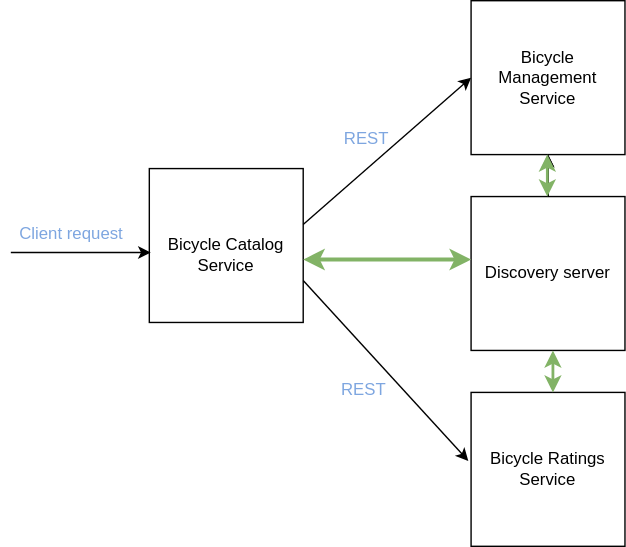
Before: microservices.svg, a diagram exported from draw.io (gordonpm/bicycle-catalog-service). Source tidied: cells renumbered, new cells last; positions are measured from the earlier drawing's top-left corner, leaving out a move shared by most shapes.
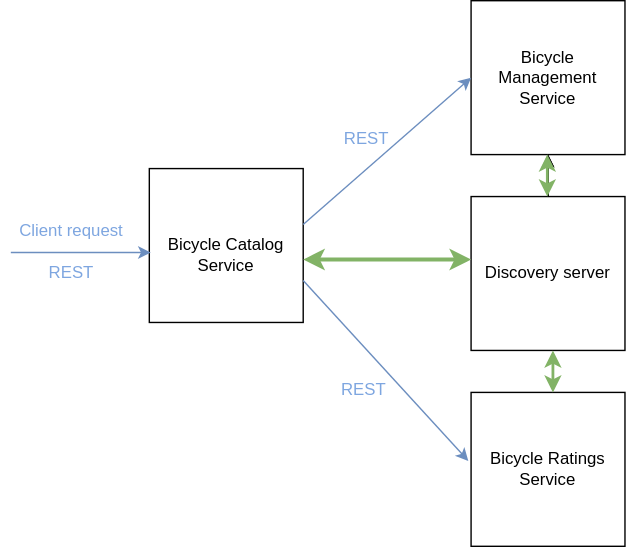
After the change.

Diff of the diagram source:
```diff
@@ -11,12 +11,12 @@
     <mxCell id="4" value="Bicycle Ratings Service" style="whiteSpace=wrap;html=1;" parent="1" vertex="1">
       <mxGeometry x="336" y="280" width="110" height="110" as="geometry" />
     </mxCell>
-    <mxCell id="5" style="endArrow=classic;html=1;rounded=0;entryX=0;entryY=0.5;entryDx=0;entryDy=0;" parent="1" edge="1" target="3">
+    <mxCell id="5" style="endArrow=classic;html=1;rounded=0;entryX=0;entryY=0.5;entryDx=0;entryDy=0;fillColor=#dae8fc;strokeColor=#6c8ebf;" parent="1" edge="1" target="3">
       <mxGeometry relative="1" as="geometry">
         <mxPoint x="216" y="160" as="sourcePoint" />
       </mxGeometry>
     </mxCell>
-    <mxCell id="6" style="endArrow=classic;html=1;rounded=0;entryX=-0.018;entryY=0.445;entryDx=0;entryDy=0;entryPerimeter=0;" parent="1" edge="1" target="4">
+    <mxCell id="6" style="endArrow=classic;html=1;rounded=0;entryX=-0.018;entryY=0.445;entryDx=0;entryDy=0;entryPerimeter=0;fillColor=#dae8fc;strokeColor=#6c8ebf;" parent="1" edge="1" target="4">
       <mxGeometry relative="1" as="geometry">
         <mxPoint x="216" y="200" as="sourcePoint" />
       </mxGeometry>
@@ -30,14 +30,14 @@
     <mxCell id="9" value="Discovery server" style="whiteSpace=wrap;html=1;" parent="1" vertex="1">
       <mxGeometry x="336" y="140" width="110" height="110" as="geometry" />
     </mxCell>
-    <mxCell id="10" style="endArrow=classic;html=1;rounded=0;" parent="1" edge="1">
+    <mxCell id="10" style="endArrow=classic;html=1;rounded=0;fillColor=#dae8fc;strokeColor=#6c8ebf;" parent="1" edge="1">
       <mxGeometry relative="1" as="geometry">
         <mxPoint x="7" y="180" as="sourcePoint" />
         <mxPoint x="107" y="180" as="targetPoint" />
       </mxGeometry>
     </mxCell>
     <mxCell id="11" value="&lt;font color=&quot;#7ea6e0&quot;&gt;Client request&lt;/font&gt;" style="text;html=1;align=center;verticalAlign=middle;strokeColor=none;fillColor=none;" parent="1" vertex="1">
-      <mxGeometry y="152" width="100" height="30" as="geometry" />
+      <mxGeometry y="150" width="100" height="30" as="geometry" />
     </mxCell>
     <mxCell id="12" style="endArrow=classic;startArrow=classic;html=1;rounded=0;fillColor=#d5e8d4;strokeColor=#82b366;strokeWidth=2;" parent="1" edge="1">
       <mxGeometry relative="1" as="geometry">
@@ -63,5 +63,8 @@
     <mxCell id="16" value="&lt;font color=&quot;#7ea6e0&quot;&gt;REST&lt;/font&gt;" style="text;html=1;align=center;verticalAlign=middle;strokeColor=none;fillColor=none;" parent="1" vertex="1">
       <mxGeometry x="229" y="263" width="60" height="30" as="geometry" />
     </mxCell>
+    <mxCell id="17" value="&lt;font color=&quot;#7ea6e0&quot;&gt;REST&lt;/font&gt;" style="text;html=1;align=center;verticalAlign=middle;strokeColor=none;fillColor=none;" parent="1" vertex="1">
+      <mxGeometry x="20" y="180" width="60" height="30" as="geometry" />
+    </mxCell>
   </root>
 </mxGraphModel>
```
